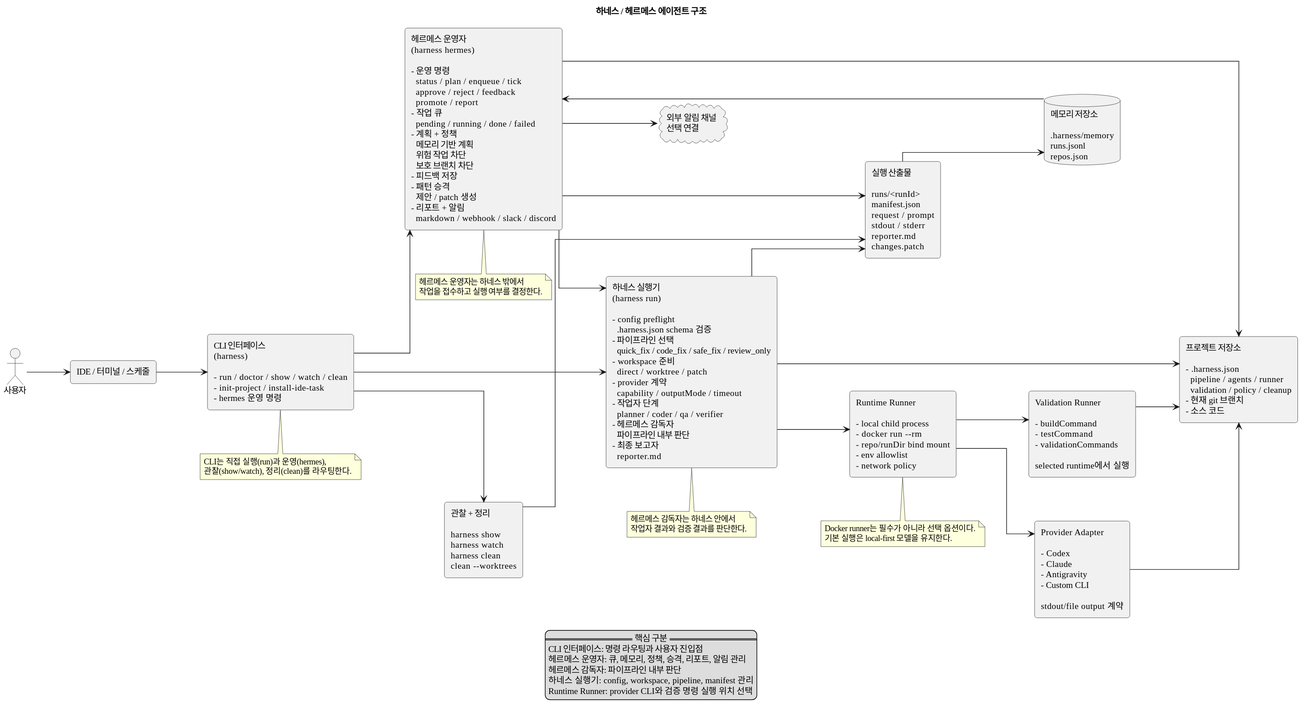
Above: docs/diagrams/hermes_harness_architecture.svg in dev-garam/multi-agent-harness (PlantUML), before the change.
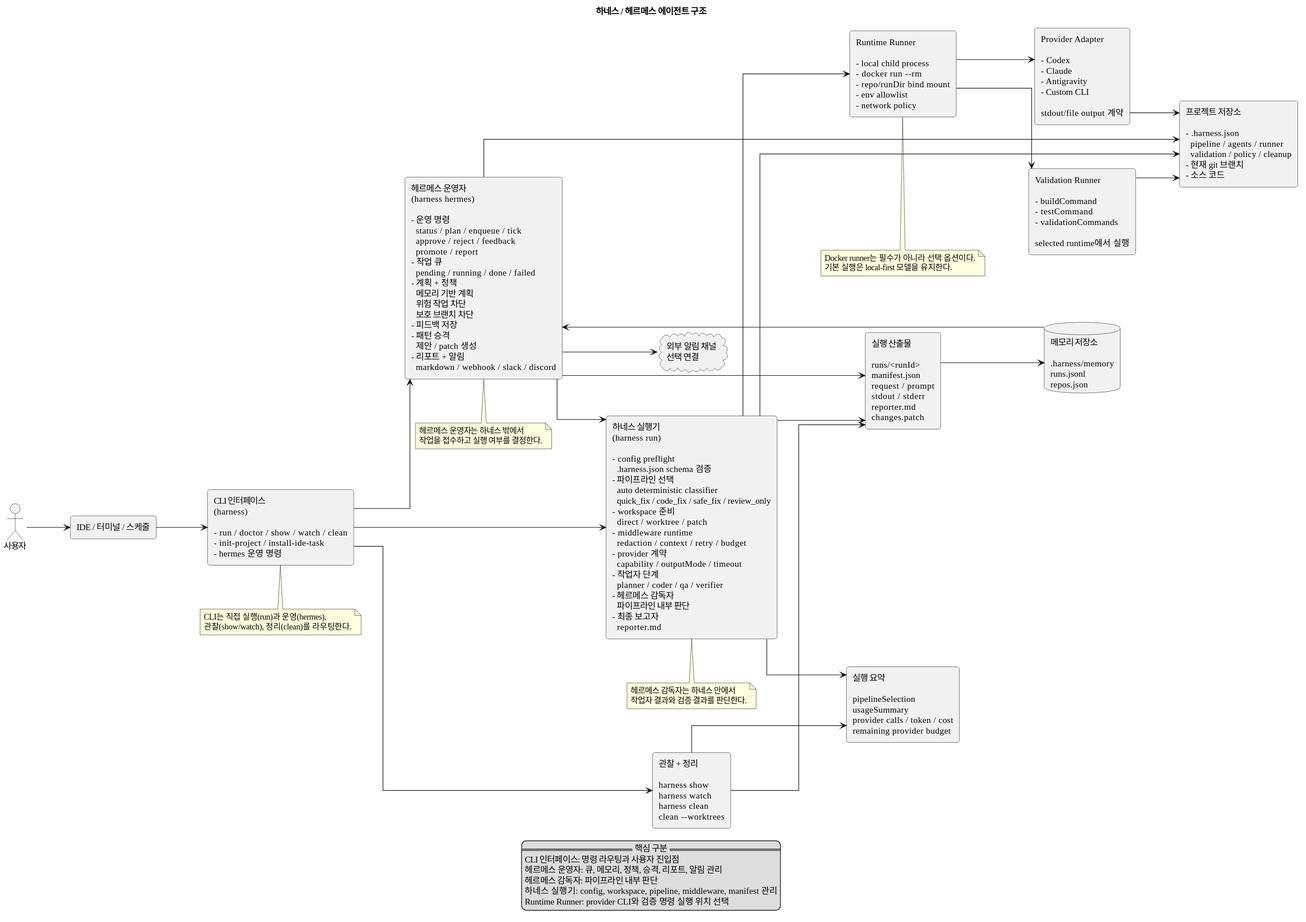
The same file after the commit.

Commit message:
Update harness docs for auto pipeline reporting

Diff of the diagram source:
```diff
@@ -20,7 +20,7 @@
 
 rectangle "헤르메스 운영자\n(harness hermes)\n\n- 운영 명령\n  status / plan / enqueue / tick\n  approve / reject / feedback\n  promote / report\n- 작업 큐\n  pending / running / done / failed\n- 계획 + 정책\n  메모리 기반 계획\n  위험 작업 차단\n  보호 브랜치 차단\n- 피드백 저장\n- 패턴 승격\n  제안 / patch 생성\n- 리포트 + 알림\n  markdown / webhook / slack / discord" as hermes
 
-rectangle "하네스 실행기\n(harness run)\n\n- config preflight\n  .harness.json schema 검증\n- 파이프라인 선택\n  quick_fix / code_fix / safe_fix / review_only\n- workspace 준비\n  direct / worktree / patch\n- provider 계약\n  capability / outputMode / timeout\n- 작업자 단계\n  planner / coder / qa / verifier\n- 헤르메스 감독자\n  파이프라인 내부 판단\n- 최종 보고자\n  reporter.md" as runtime
+rectangle "하네스 실행기\n(harness run)\n\n- config preflight\n  .harness.json schema 검증\n- 파이프라인 선택\n  auto deterministic classifier\n  quick_fix / code_fix / safe_fix / review_only\n- workspace 준비\n  direct / worktree / patch\n- middleware runtime\n  redaction / context / retry / budget\n- provider 계약\n  capability / outputMode / timeout\n- 작업자 단계\n  planner / coder / qa / verifier\n- 헤르메스 감독자\n  파이프라인 내부 판단\n- 최종 보고자\n  reporter.md" as runtime
 
 rectangle "Runtime Runner\n\n- local child process\n- docker run --rm\n- repo/runDir bind mount\n- env allowlist\n- network policy" as runner
 
@@ -33,6 +33,8 @@
 database "메모리 저장소\n\n.harness/memory\nruns.jsonl\nrepos.json" as memory
 
 rectangle "실행 산출물\n\nruns/<runId>\nmanifest.json\nrequest / prompt\nstdout / stderr\nreporter.md\nchanges.patch" as artifacts
+
+rectangle "실행 요약\n\npipelineSelection\nusageSummary\nprovider calls / token / cost\nremaining provider budget" as summary
 
 rectangle "관찰 + 정리\n\nharness show\nharness watch\nharness clean\nclean --worktrees" as observe
 
@@ -48,6 +50,7 @@
 runtime --> project
 runtime --> runner
 runtime --> artifacts
+runtime --> summary
 runner --> provider
 runner --> validation
 provider --> project
@@ -55,6 +58,7 @@
 artifacts --> memory
 memory --> hermes
 observe --> artifacts
+observe --> summary
 
 hermes --> project
 hermes --> artifacts
@@ -85,7 +89,7 @@
   CLI 인터페이스: 명령 라우팅과 사용자 진입점
   헤르메스 운영자: 큐, 메모리, 정책, 승격, 리포트, 알림 관리
   헤르메스 감독자: 파이프라인 내부 판단
-  하네스 실행기: config, workspace, pipeline, manifest 관리
+  하네스 실행기: config, workspace, pipeline, middleware, manifest 관리
   Runtime Runner: provider CLI와 검증 명령 실행 위치 선택
 endlegend
 @enduml
```
